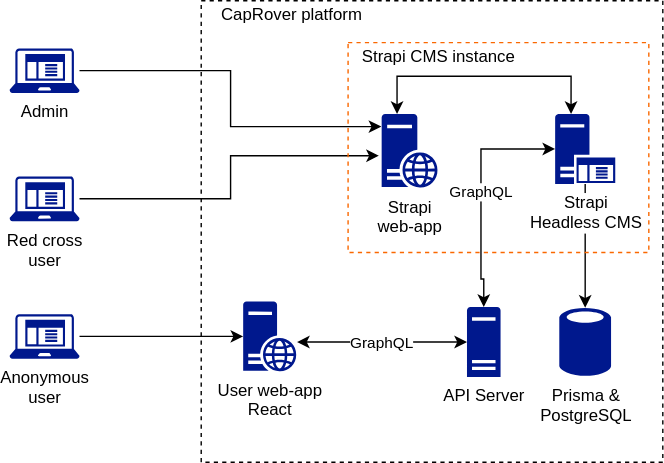
This is docs/rc-ua-architecture.drawio.svg from mrPronin/rc-ua, a draw.io export, as it was before one commit. Source tidied: cells renumbered, new cells last; positions are measured from the earlier drawing's top-left corner, leaving out a move shared by most shapes.
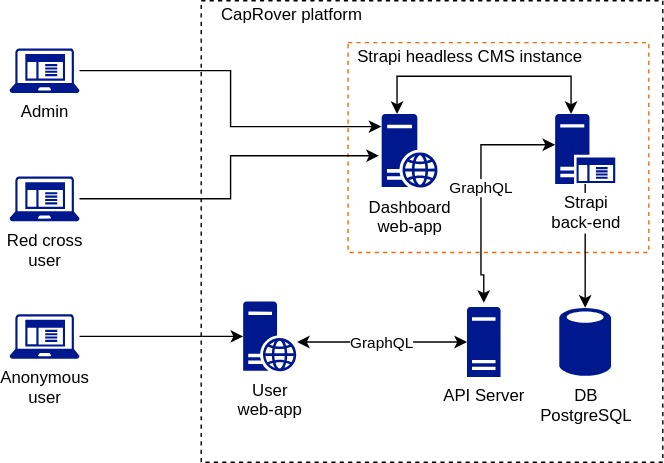
The same file after the commit.

Commit message:
docs: update architecture diagramm, add description for components

What changed in the source:
```diff
@@ -2,6 +2,9 @@
   <root>
     <mxCell id="0" />
     <mxCell id="1" parent="0" />
+    <mxCell id="20" style="rounded=0;whiteSpace=wrap;html=1;fillColor=none;dashed=1;fontColor=#ffffff;strokeColor=#fa6801;" parent="1" vertex="1">
+      <mxGeometry x="242" y="30" width="215" height="150" as="geometry" />
+    </mxCell>
     <mxCell id="2" style="whiteSpace=wrap;html=1;fillColor=none;dashed=1;" parent="1" vertex="1">
       <mxGeometry x="137" width="330" height="330" as="geometry" />
     </mxCell>
@@ -23,7 +26,7 @@
     <mxCell id="8" value="Admin" style="sketch=0;shadow=0;dashed=0;html=1;strokeColor=none;labelPosition=center;verticalLabelPosition=bottom;verticalAlign=top;align=center;fillColor=#00188D;shape=mxgraph.mscae.enterprise.client_application;" parent="1" vertex="1">
       <mxGeometry y="34" width="50" height="32" as="geometry" />
     </mxCell>
-    <mxCell id="9" value="Prisma &amp;amp;&lt;br&gt;PostgreSQL" style="sketch=0;shadow=0;dashed=0;html=1;strokeColor=none;labelPosition=center;verticalLabelPosition=bottom;verticalAlign=top;align=center;fillColor=#00188D;shape=mxgraph.mscae.enterprise.database_generic;" parent="1" vertex="1">
+    <mxCell id="9" value="DB&lt;br&gt;PostgreSQL" style="sketch=0;shadow=0;dashed=0;html=1;strokeColor=none;labelPosition=center;verticalLabelPosition=bottom;verticalAlign=top;align=center;fillColor=#00188D;shape=mxgraph.mscae.enterprise.database_generic;" parent="1" vertex="1">
       <mxGeometry x="393" y="219" width="37" height="50" as="geometry" />
     </mxCell>
     <mxCell id="10" style="edgeStyle=orthogonalEdgeStyle;rounded=0;jettySize=auto;html=1;entryX=1.013;entryY=0.58;entryDx=0;entryDy=0;entryPerimeter=0;startArrow=classic;startFill=1;" parent="1" edge="1" source="19" target="14">
@@ -35,10 +38,10 @@
     <mxCell id="12" style="edgeStyle=orthogonalEdgeStyle;rounded=0;jettySize=auto;html=1;entryX=0.5;entryY=0.01;entryDx=0;entryDy=0;entryPerimeter=0;" parent="1" edge="1" source="13" target="9">
       <mxGeometry relative="1" as="geometry" />
     </mxCell>
-    <mxCell id="13" value="Strapi&lt;br&gt;Headless CMS" style="sketch=0;shadow=0;dashed=0;html=1;strokeColor=none;labelPosition=center;verticalLabelPosition=bottom;verticalAlign=top;align=center;fillColor=#00188D;shape=mxgraph.mscae.enterprise.application_server;labelBackgroundColor=default;" parent="1" vertex="1">
+    <mxCell id="13" value="Strapi&lt;br&gt;back-end" style="sketch=0;shadow=0;dashed=0;html=1;strokeColor=none;labelPosition=center;verticalLabelPosition=bottom;verticalAlign=top;align=center;fillColor=#00188D;shape=mxgraph.mscae.enterprise.application_server;labelBackgroundColor=default;" parent="1" vertex="1">
       <mxGeometry x="390" y="81" width="43" height="50" as="geometry" />
     </mxCell>
-    <mxCell id="14" value="User web-app&lt;br&gt;React" style="sketch=0;shadow=0;dashed=0;html=1;strokeColor=none;labelPosition=center;verticalLabelPosition=bottom;verticalAlign=top;align=center;fillColor=#00188D;shape=mxgraph.mscae.enterprise.web_server;" parent="1" vertex="1">
+    <mxCell id="14" value="User&lt;br&gt;web-app" style="sketch=0;shadow=0;dashed=0;html=1;strokeColor=none;labelPosition=center;verticalLabelPosition=bottom;verticalAlign=top;align=center;fillColor=#00188D;shape=mxgraph.mscae.enterprise.web_server;" parent="1" vertex="1">
       <mxGeometry x="167" y="215" width="38" height="50" as="geometry" />
     </mxCell>
     <mxCell id="15" style="edgeStyle=orthogonalEdgeStyle;rounded=0;jettySize=auto;html=1;entryX=0.265;entryY=0;entryDx=0;entryDy=0;entryPerimeter=0;startArrow=classic;startFill=1;" parent="1" edge="1" source="16" target="13">
@@ -49,7 +52,7 @@
         </Array>
       </mxGeometry>
     </mxCell>
-    <mxCell id="16" value="Strapi&lt;br&gt;web-app" style="sketch=0;shadow=0;dashed=0;html=1;strokeColor=none;labelPosition=center;verticalLabelPosition=bottom;verticalAlign=top;align=center;fillColor=#00188D;shape=mxgraph.mscae.enterprise.web_server;" parent="1" vertex="1">
+    <mxCell id="16" value="Dashboard&lt;br&gt;web-app" style="sketch=0;shadow=0;dashed=0;html=1;strokeColor=none;labelPosition=center;verticalLabelPosition=bottom;verticalAlign=top;align=center;fillColor=#00188D;shape=mxgraph.mscae.enterprise.web_server;" parent="1" vertex="1">
       <mxGeometry x="266" y="81" width="40" height="52.6" as="geometry" />
     </mxCell>
     <mxCell id="17" value="CapRover platform" style="rounded=0;whiteSpace=wrap;html=1;fillColor=none;strokeColor=none;" parent="1" vertex="1">
@@ -57,23 +60,20 @@
     </mxCell>
     <mxCell id="18" value="GraphQL" style="edgeStyle=orthogonalEdgeStyle;rounded=0;orthogonalLoop=1;jettySize=auto;html=1;entryX=0;entryY=0.5;entryDx=0;entryDy=0;entryPerimeter=0;startArrow=classic;startFill=1;" parent="1" edge="1">
       <mxGeometry relative="1" as="geometry">
-        <mxPoint x="339" y="219" as="sourcePoint" />
-        <mxPoint x="390" y="106" as="targetPoint" />
+        <mxPoint x="339" y="216" as="sourcePoint" />
+        <mxPoint x="390" y="103" as="targetPoint" />
         <Array as="points">
-          <mxPoint x="339" y="199" />
-          <mxPoint x="337" y="199" />
-          <mxPoint x="337" y="106" />
+          <mxPoint x="339" y="196" />
+          <mxPoint x="337" y="196" />
+          <mxPoint x="337" y="103" />
         </Array>
       </mxGeometry>
     </mxCell>
     <mxCell id="19" value="API Server" style="sketch=0;shadow=0;dashed=0;html=1;strokeColor=none;labelPosition=center;verticalLabelPosition=bottom;verticalAlign=top;align=center;fillColor=#00188D;shape=mxgraph.mscae.enterprise.server_generic;" parent="1" vertex="1">
       <mxGeometry x="327" y="219" width="24" height="50" as="geometry" />
     </mxCell>
-    <mxCell id="20" style="rounded=0;whiteSpace=wrap;html=1;fillColor=none;dashed=1;fontColor=#ffffff;strokeColor=#fa6801;" parent="1" vertex="1">
-      <mxGeometry x="242" y="30" width="215" height="150" as="geometry" />
-    </mxCell>
-    <mxCell id="21" value="Strapi CMS instance" style="rounded=0;whiteSpace=wrap;html=1;fillColor=none;strokeColor=none;" parent="1" vertex="1">
-      <mxGeometry x="247" y="30" width="120" height="20" as="geometry" />
+    <mxCell id="21" value="Strapi headless CMS instance" style="rounded=0;whiteSpace=wrap;html=1;fillColor=none;strokeColor=none;align=left;" parent="1" vertex="1">
+      <mxGeometry x="247" y="30" width="170" height="20" as="geometry" />
     </mxCell>
   </root>
 </mxGraphModel>
```
